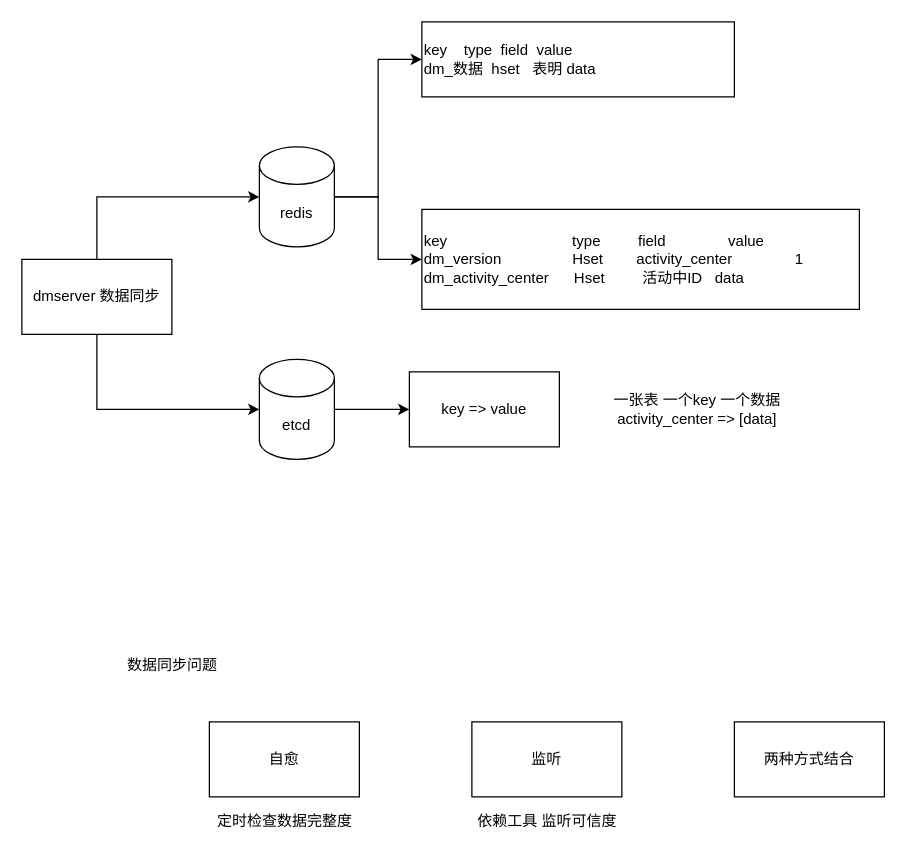
This is dmserver.drawio from SimpleAlong/learngit, a draw.io file, before an edit. Source tidied: cells renumbered, new cells numbered last; positions are measured from the earlier drawing's top-left corner, leaving out a move shared by most shapes. Both pictures are drawn from the tidied source at 125%, with x=0, y=0 at pixel (21, 21).
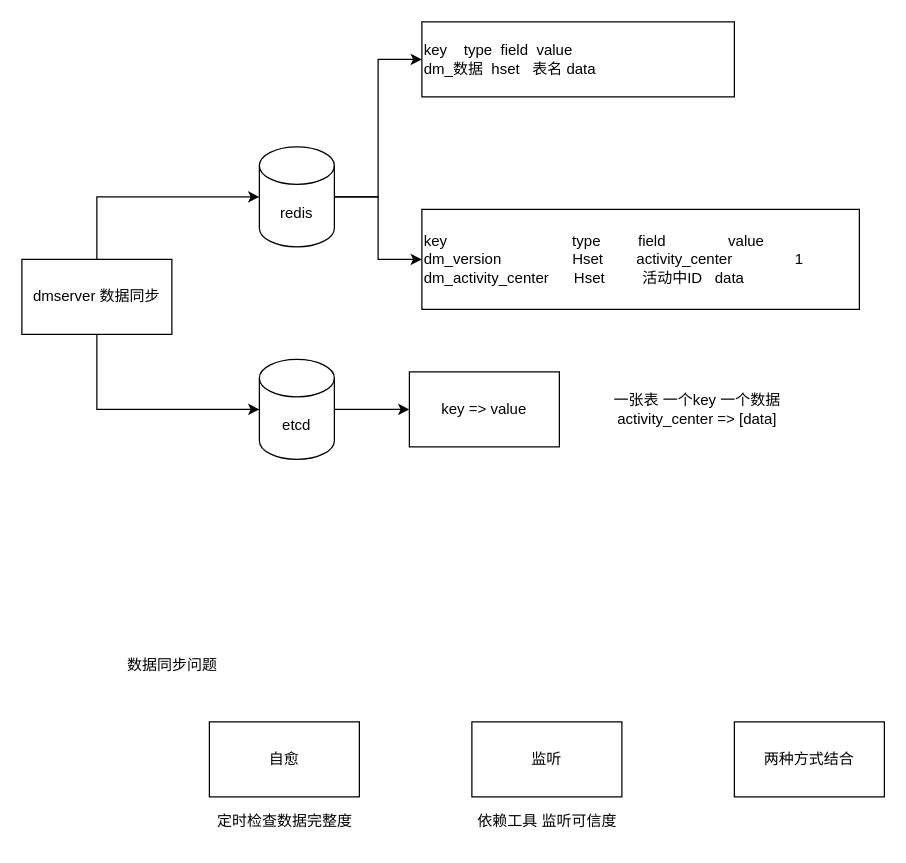
The same page after the edit.

The edit, as a diff of the source:
```diff
@@
 <mxGraphModel>
   <root>
     <mxCell id="0" />
     <mxCell id="1" parent="0" />
     <mxCell id="2" style="edgeStyle=orthogonalEdgeStyle;rounded=0;jettySize=auto;html=1;exitX=0.5;exitY=0;exitDx=0;exitDy=0;entryX=0;entryY=0.5;entryDx=0;entryDy=0;entryPerimeter=0;" parent="1" edge="1" source="4" target="9">
       <mxGeometry relative="1" as="geometry" />
     </mxCell>
     <mxCell id="3" style="edgeStyle=orthogonalEdgeStyle;rounded=0;jettySize=auto;html=1;exitX=0.5;exitY=1;exitDx=0;exitDy=0;entryX=0;entryY=0.5;entryDx=0;entryDy=0;entryPerimeter=0;" parent="1" edge="1" source="4" target="6">
       <mxGeometry relative="1" as="geometry" />
     </mxCell>
     <mxCell id="4" value="dmserver 数据同步" style="rounded=0;whiteSpace=wrap;html=1;" parent="1" vertex="1">
       <mxGeometry y="190" width="120" height="60" as="geometry" />
     </mxCell>
     <mxCell id="5" style="edgeStyle=orthogonalEdgeStyle;rounded=0;jettySize=auto;html=1;exitX=1;exitY=0.5;exitDx=0;exitDy=0;exitPerimeter=0;entryX=0;entryY=0.5;entryDx=0;entryDy=0;" parent="1" edge="1" source="6" target="17">
       <mxGeometry relative="1" as="geometry" />
     </mxCell>
     <mxCell id="6" value="etcd" style="shape=cylinder3;whiteSpace=wrap;html=1;boundedLbl=1;backgroundOutline=1;size=15;" parent="1" vertex="1">
       <mxGeometry x="190" y="270" width="60" height="80" as="geometry" />
     </mxCell>
     <mxCell id="7" style="edgeStyle=orthogonalEdgeStyle;rounded=0;jettySize=auto;html=1;exitX=1;exitY=0.5;exitDx=0;exitDy=0;exitPerimeter=0;entryX=0;entryY=0.5;entryDx=0;entryDy=0;" parent="1" edge="1" source="9" target="10">
       <mxGeometry relative="1" as="geometry" />
     </mxCell>
     <mxCell id="8" style="edgeStyle=orthogonalEdgeStyle;rounded=0;jettySize=auto;html=1;exitX=1;exitY=0.5;exitDx=0;exitDy=0;exitPerimeter=0;entryX=0;entryY=0.5;entryDx=0;entryDy=0;" parent="1" edge="1" source="9" target="19">
       <mxGeometry relative="1" as="geometry" />
     </mxCell>
     <mxCell id="9" value="redis&lt;br&gt;" style="shape=cylinder3;whiteSpace=wrap;html=1;boundedLbl=1;backgroundOutline=1;size=15;" parent="1" vertex="1">
       <mxGeometry x="190" y="100" width="60" height="80" as="geometry" />
     </mxCell>
-    <mxCell id="10" value="key&amp;nbsp;&amp;nbsp;&lt;span style=&quot;white-space: pre;&quot;&gt; &lt;span style=&quot;white-space: pre;&quot;&gt; &lt;/span&gt;&lt;/span&gt;type&lt;span style=&quot;white-space: pre;&quot;&gt; &lt;/span&gt;&lt;span style=&quot;white-space: pre;&quot;&gt; &lt;/span&gt;field&lt;span style=&quot;white-space: pre;&quot;&gt; &lt;/span&gt;&lt;span style=&quot;white-space: pre;&quot;&gt; &lt;/span&gt;value&lt;br&gt;dm_数据&lt;span style=&quot;white-space: pre;&quot;&gt; &lt;/span&gt;&lt;span style=&quot;white-space: pre;&quot;&gt; &lt;/span&gt;hset&lt;span style=&quot;white-space: pre;&quot;&gt; &lt;/span&gt;&lt;span style=&quot;white-space: pre;&quot;&gt; &lt;/span&gt;&amp;nbsp;表明&lt;span style=&quot;white-space: pre;&quot;&gt; &lt;/span&gt;data&lt;span style=&quot;white-space: pre;&quot;&gt; &lt;/span&gt;&lt;span style=&quot;white-space: pre;&quot;&gt; &lt;/span&gt;" style="rounded=0;whiteSpace=wrap;html=1;align=left;" parent="1" vertex="1">
+    <mxCell id="10" value="key&amp;nbsp;&amp;nbsp;&lt;span style=&quot;white-space: pre;&quot;&gt; &lt;span style=&quot;white-space: pre;&quot;&gt; &lt;/span&gt;&lt;/span&gt;type&lt;span style=&quot;white-space: pre;&quot;&gt; &lt;/span&gt;&lt;span style=&quot;white-space: pre;&quot;&gt; &lt;/span&gt;field&lt;span style=&quot;white-space: pre;&quot;&gt; &lt;/span&gt;&lt;span style=&quot;white-space: pre;&quot;&gt; &lt;/span&gt;value&lt;br&gt;dm_数据&lt;span style=&quot;white-space: pre;&quot;&gt; &lt;/span&gt;&lt;span style=&quot;white-space: pre;&quot;&gt; &lt;/span&gt;hset&lt;span style=&quot;white-space: pre;&quot;&gt; &lt;/span&gt;&lt;span style=&quot;white-space: pre;&quot;&gt; &lt;/span&gt;&amp;nbsp;表名&lt;span style=&quot;white-space: pre;&quot;&gt; &lt;/span&gt;data&lt;span style=&quot;white-space: pre;&quot;&gt; &lt;/span&gt;&lt;span style=&quot;white-space: pre;&quot;&gt; &lt;/span&gt;" style="rounded=0;whiteSpace=wrap;html=1;align=left;" parent="1" vertex="1">
       <mxGeometry x="320" width="250" height="60" as="geometry" />
     </mxCell>
     <mxCell id="11" value="自愈&lt;br&gt;" style="whiteSpace=wrap;html=1;" parent="1" vertex="1">
       <mxGeometry x="150" y="560" width="120" height="60" as="geometry" />
     </mxCell>
     <mxCell id="12" value="监听" style="whiteSpace=wrap;html=1;" parent="1" vertex="1">
       <mxGeometry x="360" y="560" width="120" height="60" as="geometry" />
     </mxCell>
     <mxCell id="13" value="数据同步问题" style="text;html=1;align=center;verticalAlign=middle;strokeColor=none;fillColor=none;" parent="1" vertex="1">
       <mxGeometry x="70" y="500" width="100" height="30" as="geometry" />
     </mxCell>
     <mxCell id="14" value="定时检查数据完整度" style="text;html=1;align=center;verticalAlign=middle;strokeColor=none;fillColor=none;" parent="1" vertex="1">
       <mxGeometry x="145" y="625" width="130" height="30" as="geometry" />
     </mxCell>
     <mxCell id="15" value="依赖工具 监听可信度" style="text;html=1;align=center;verticalAlign=middle;strokeColor=none;fillColor=none;" parent="1" vertex="1">
       <mxGeometry x="355" y="625" width="130" height="30" as="geometry" />
     </mxCell>
     <mxCell id="16" value="两种方式结合" style="whiteSpace=wrap;html=1;" parent="1" vertex="1">
       <mxGeometry x="570" y="560" width="120" height="60" as="geometry" />
     </mxCell>
     <mxCell id="17" value="key =&amp;gt; value" style="whiteSpace=wrap;html=1;" parent="1" vertex="1">
       <mxGeometry x="310" y="280" width="120" height="60" as="geometry" />
     </mxCell>
     <mxCell id="18" value="一张表 一个key 一个数据&lt;br&gt;activity_center =&amp;gt; [data]" style="text;html=1;align=center;verticalAlign=middle;strokeColor=none;fillColor=none;" parent="1" vertex="1">
       <mxGeometry x="460" y="290" width="160" height="40" as="geometry" />
     </mxCell>
     <mxCell id="19" value="&lt;span style=&quot;&quot;&gt;key&amp;nbsp; &amp;nbsp; &amp;nbsp; &amp;nbsp; &amp;nbsp; &amp;nbsp; &amp;nbsp; &amp;nbsp; &amp;nbsp; &amp;nbsp; &amp;nbsp; &amp;nbsp; &amp;nbsp; &amp;nbsp; &amp;nbsp; type&amp;nbsp; &amp;nbsp; &amp;nbsp; &amp;nbsp; &amp;nbsp;field&amp;nbsp; &amp;nbsp; &amp;nbsp; &amp;nbsp; &amp;nbsp;&lt;span style=&quot;&quot;&gt; &lt;span style=&quot;white-space: pre;&quot;&gt; &lt;/span&gt;&lt;span style=&quot;white-space: pre;&quot;&gt; &lt;/span&gt;&lt;span style=&quot;white-space: pre;&quot;&gt; &lt;/span&gt;&lt;/span&gt;&lt;span style=&quot;&quot;&gt;&amp;nbsp;&lt;/span&gt;&lt;span style=&quot;&quot;&gt; &lt;/span&gt;value&amp;nbsp;&lt;br&gt;dm_version&amp;nbsp; &amp;nbsp; &amp;nbsp; &amp;nbsp; &amp;nbsp; &amp;nbsp; &amp;nbsp; &amp;nbsp; &amp;nbsp;Hset&amp;nbsp; &amp;nbsp; &amp;nbsp; &amp;nbsp;&amp;nbsp;&lt;/span&gt;activity_center&lt;span style=&quot;&quot;&gt;&amp;nbsp; &amp;nbsp; &amp;nbsp; &amp;nbsp; &amp;nbsp; &amp;nbsp; &lt;span style=&quot;white-space: pre;&quot;&gt; &lt;/span&gt;&lt;span style=&quot;white-space: pre;&quot;&gt; &lt;/span&gt;&lt;span style=&quot;&quot;&gt; &lt;/span&gt;1&lt;br&gt;&lt;/span&gt;&lt;span style=&quot;&quot;&gt;dm_activity_center&amp;nbsp; &amp;nbsp; &amp;nbsp; Hset&amp;nbsp; &amp;nbsp; &amp;nbsp; &amp;nbsp; &amp;nbsp;活动中ID&lt;span style=&quot;white-space: pre;&quot;&gt; &lt;/span&gt;&lt;span style=&quot;white-space: pre;&quot;&gt; &lt;/span&gt;&lt;span style=&quot;white-space: pre;&quot;&gt; &lt;/span&gt;data&amp;nbsp;&lt;/span&gt;" style="rounded=0;whiteSpace=wrap;html=1;align=left;" parent="1" vertex="1">
       <mxGeometry x="320" y="150" width="350" height="80" as="geometry" />
     </mxCell>
   </root>
 </mxGraphModel>
```
